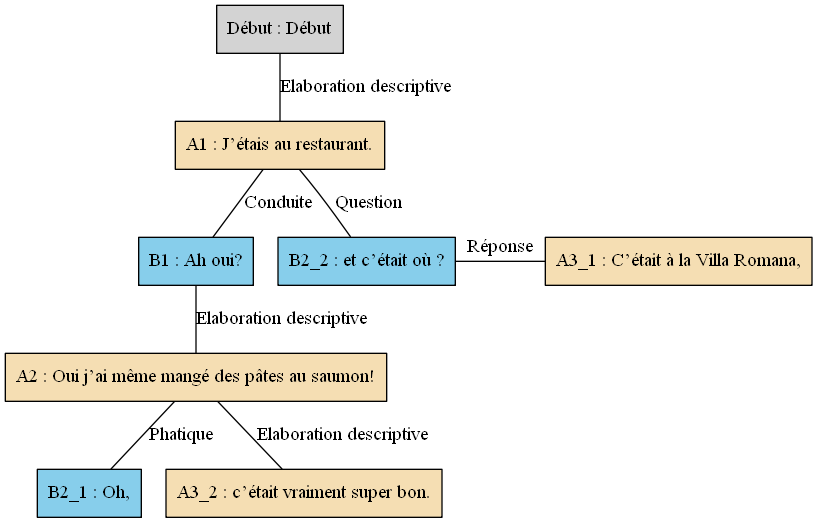
Above: arbres/Bac_a_sable/Bac_a_sable_-_A05.gv.png in AlaixComet/AnnotationSlamPTut (Graphviz), before the change. Its source is kept beside it as arbres/Bac_a_sable/Bac_a_sable_-_A05.gv. The source it was exported from:
```dot
digraph A05 {
	node [shape=box style=filled]
	"Début" [label="Début : Début"]
	A1 [label="A1 : J’étais au restaurant." fillcolor=wheat]
	B1 [label="B1 : Ah oui?" fillcolor=skyblue]
	A2 [label="A2 : Oui j’ai même mangé des pâtes au saumon!" fillcolor=wheat]
	B2_1 [label="B2_1 : Oh," fillcolor=skyblue]
	B2_2 [label="B2_2 : et c’était où ?" fillcolor=skyblue]
	A3_1 [label="A3_1 : C’était à la Villa Romana," fillcolor=wheat]
	A3_2 [label="A3_2 : c’était vraiment super bon." fillcolor=wheat]
	"Début" -> A1 [label="Elaboration descriptive" dir=none]
	A1 -> B1 [label=Conduite dir=none]
	B1 -> A2 [label="Elaboration descriptive" dir=none]
	A2 -> B2_1 [label=Phatique dir=none]
	{
		rank=same
		B2_2
		A3_1
		B2_2 -> A3_1 [label="Réponse" dir=none]
	}
	A2 -> A3_2 [label="Elaboration descriptive" dir=none]
	A1 -> B2_2 [label=Question dir=none]
}
```
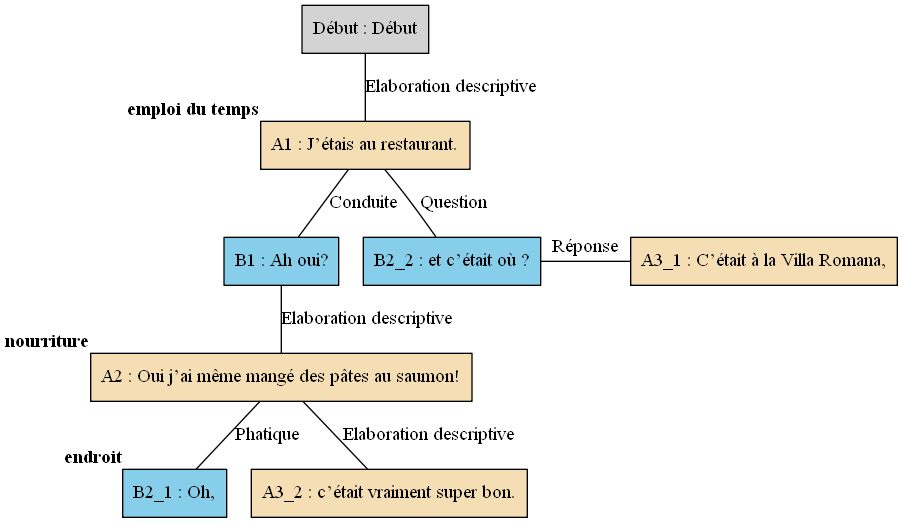
After the change.

Diff of the diagram source:
```diff
@@ -1,13 +1,13 @@
 digraph A05 {
 	node [shape=box style=filled]
-	"Début" [label="Début : Début"]
-	A1 [label="A1 : J’étais au restaurant." fillcolor=wheat]
-	B1 [label="B1 : Ah oui?" fillcolor=skyblue]
-	A2 [label="A2 : Oui j’ai même mangé des pâtes au saumon!" fillcolor=wheat]
-	B2_1 [label="B2_1 : Oh," fillcolor=skyblue]
-	B2_2 [label="B2_2 : et c’était où ?" fillcolor=skyblue]
-	A3_1 [label="A3_1 : C’était à la Villa Romana," fillcolor=wheat]
-	A3_2 [label="A3_2 : c’était vraiment super bon." fillcolor=wheat]
+	"Début" [label="Début : Début" xlabel=""]
+	A1 [label="A1 : J’étais au restaurant." fillcolor=wheat xlabel=<<B>emploi du temps</B>>]
+	B1 [label="B1 : Ah oui?" fillcolor=skyblue xlabel=""]
+	A2 [label="A2 : Oui j’ai même mangé des pâtes au saumon!" fillcolor=wheat xlabel=<<B>nourriture</B>>]
+	B2_1 [label="B2_1 : Oh," fillcolor=skyblue xlabel=<<B>endroit</B>>]
+	B2_2 [label="B2_2 : et c’était où ?" fillcolor=skyblue xlabel=""]
+	A3_1 [label="A3_1 : C’était à la Villa Romana," fillcolor=wheat xlabel=""]
+	A3_2 [label="A3_2 : c’était vraiment super bon." fillcolor=wheat xlabel=""]
 	"Début" -> A1 [label="Elaboration descriptive" dir=none]
 	A1 -> B1 [label=Conduite dir=none]
 	B1 -> A2 [label="Elaboration descriptive" dir=none]
```
